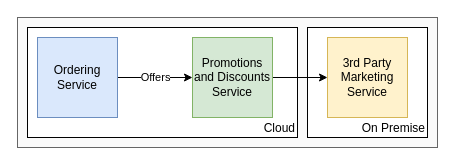
This is Discounts.drawio from ApurvProjects/Diagrams, a draw.io file, before an edit. Source tidied: cells renumbered, new cells numbered last; positions are measured from the earlier drawing's top-left corner, leaving out a move shared by most shapes. Both pictures are drawn from the tidied source at 100%, with x=0, y=0 at pixel (17, 17).
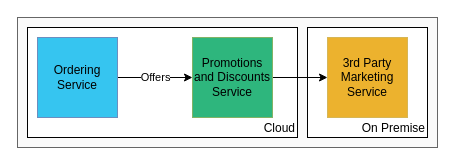
The same diagram, later.

Change to the diagram source:
```diff
@@
 <mxGraphModel>
   <root>
     <mxCell id="0" />
     <mxCell id="1" parent="0" />
     <mxCell id="2" style="rounded=0;whiteSpace=wrap;html=1;fillColor=#f5f5f5;fontColor=#333333;strokeColor=#666666;fillOpacity=50;" parent="1" vertex="1">
       <mxGeometry width="420" height="130" as="geometry" />
     </mxCell>
     <mxCell id="3" value="On Premise" style="rounded=0;whiteSpace=wrap;html=1;verticalAlign=bottom;align=right;" parent="1" vertex="1">
       <mxGeometry x="290" y="10" width="120" height="110" as="geometry" />
     </mxCell>
     <mxCell id="4" value="Cloud" style="rounded=0;whiteSpace=wrap;html=1;align=right;verticalAlign=bottom;" parent="1" vertex="1">
       <mxGeometry x="10" y="10" width="270" height="110" as="geometry" />
     </mxCell>
     <mxCell id="5" value="Offers" style="edgeStyle=orthogonalEdgeStyle;rounded=0;jettySize=auto;html=1;exitX=1;exitY=0.5;exitDx=0;exitDy=0;" parent="1" edge="1" source="6" target="8">
       <mxGeometry relative="1" as="geometry" />
     </mxCell>
-    <mxCell id="6" value="Ordering Service" style="whiteSpace=wrap;html=1;fillColor=#dae8fc;strokeColor=#6c8ebf;" parent="1" vertex="1">
+    <mxCell id="6" value="Ordering Service" style="whiteSpace=wrap;html=1;fillColor=#36C5F0;strokeColor=#6c8ebf;" parent="1" vertex="1">
       <mxGeometry x="20" y="20" width="80" height="80" as="geometry" />
     </mxCell>
     <mxCell id="7" style="edgeStyle=orthogonalEdgeStyle;rounded=0;jettySize=auto;html=1;exitX=1;exitY=0.5;exitDx=0;exitDy=0;entryX=0;entryY=0.5;entryDx=0;entryDy=0;" parent="1" edge="1" source="8" target="9">
       <mxGeometry relative="1" as="geometry" />
     </mxCell>
-    <mxCell id="8" value="Promotions and Discounts Service" style="whiteSpace=wrap;html=1;fillColor=#d5e8d4;strokeColor=#82b366;" parent="1" vertex="1">
+    <mxCell id="8" value="Promotions and Discounts Service" style="whiteSpace=wrap;html=1;fillColor=#2EB67D;strokeColor=#82b366;" parent="1" vertex="1">
       <mxGeometry x="175" y="20" width="80" height="80" as="geometry" />
     </mxCell>
-    <mxCell id="9" value="3rd Party Marketing Service" style="whiteSpace=wrap;html=1;fillColor=#fff2cc;strokeColor=#d6b656;" parent="1" vertex="1">
+    <mxCell id="9" value="3rd Party Marketing Service" style="whiteSpace=wrap;html=1;fillColor=#ECB22E;strokeColor=#d6b656;" parent="1" vertex="1">
       <mxGeometry x="310" y="20" width="80" height="80" as="geometry" />
     </mxCell>
   </root>
 </mxGraphModel>
```
